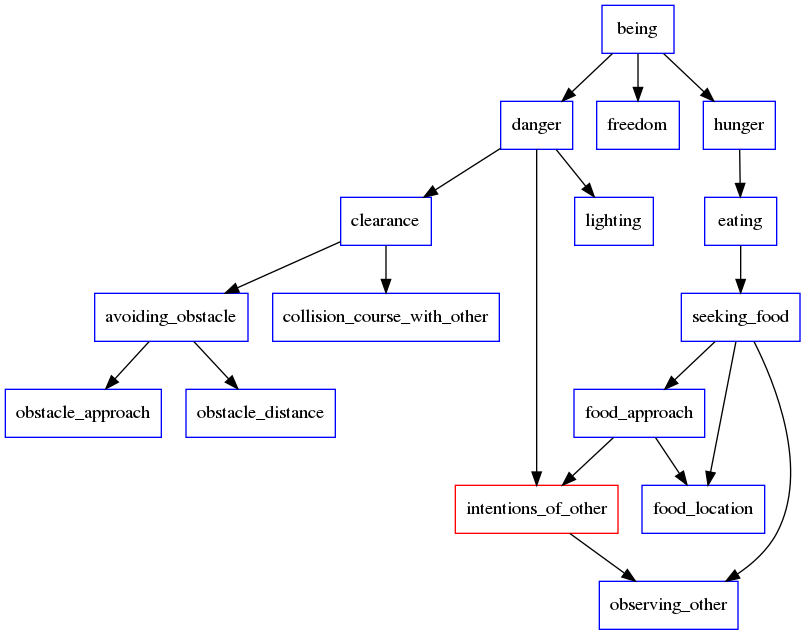
The Graphviz diagram gm_tree.png in jfcloutier/andy_world, before a commit. Its source is kept beside it as gm_tree.dot. Its diagram source:
```dot
digraph G {

  v0 [label="avoiding_obstacle",color="blue",shape="box"]
  v1 [label="being",color="blue",shape="box"]
  v2 [label="clearance",color="blue",shape="box"]
  v3 [label="collision_course_with_other",color="blue",shape="box"]
  v4 [label="danger",color="blue",shape="box"]
  v5 [label="eating",color="blue",shape="box"]
  v6 [label="food_approach",color="blue",shape="box"]
  v7 [label="freedom",color="blue",shape="box"]
  v8 [label="hunger",color="blue",shape="box"]
  v9 [label="intentions_of_other",color="red",shape="box"]
  v10 [label="lighting",color="blue",shape="box"]
  v11 [label="observing_other",color="blue",shape="box"]
  v12 [label="obstacle_approach",color="blue",shape="box"]
  v13 [label="obstacle_distance",color="blue",shape="box"]
  v14 [label="seeking_food",color="blue",shape="box"]
  v15 [label="food_location",color="blue",shape="box"]

  v0 -> v12
  v0 -> v13
  v1 -> v4
  v1 -> v8
  v1 -> v7
  v2 -> v0
  v2 -> v3
  v4 -> v2
  v4 -> v10
  v4 -> v9
  v5 -> v14
  v6 -> v9
  v6 -> v15
  v8 -> v5
  v9 -> v11
  v14 -> v6
  v14 -> v15
  v14 -> v11

}
```
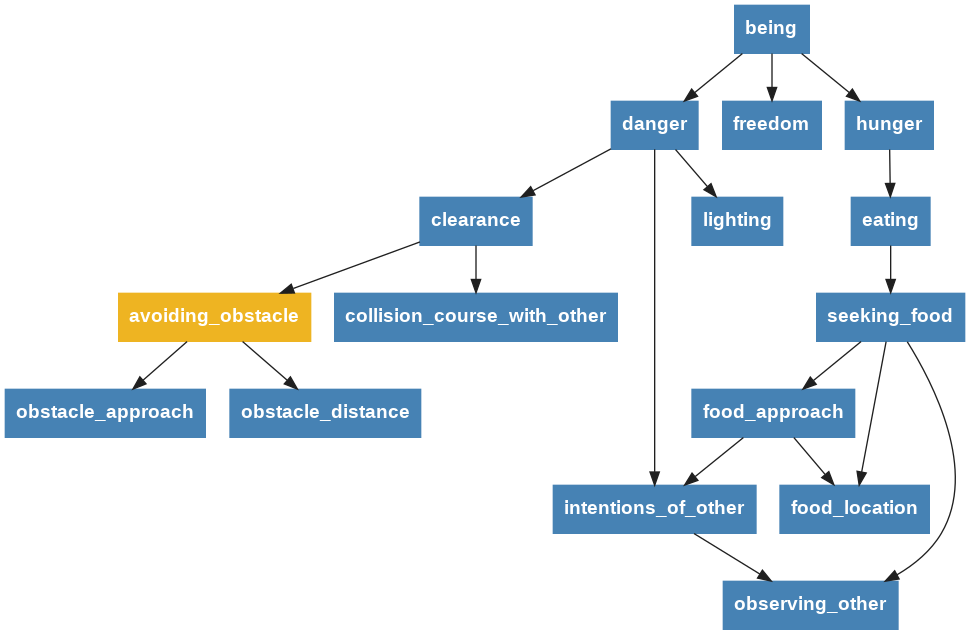
Above is the later version.

Commit message:
better looking gm tree

Change to the diagram source:
```diff
@@ -1,39 +1,39 @@
 digraph G {
 
-  v0 [label="avoiding_obstacle",color="blue",shape="box"]
-  v1 [label="being",color="blue",shape="box"]
-  v2 [label="clearance",color="blue",shape="box"]
-  v3 [label="collision_course_with_other",color="blue",shape="box"]
-  v4 [label="danger",color="blue",shape="box"]
-  v5 [label="eating",color="blue",shape="box"]
-  v6 [label="food_approach",color="blue",shape="box"]
-  v7 [label="freedom",color="blue",shape="box"]
-  v8 [label="hunger",color="blue",shape="box"]
-  v9 [label="intentions_of_other",color="red",shape="box"]
-  v10 [label="lighting",color="blue",shape="box"]
-  v11 [label="observing_other",color="blue",shape="box"]
-  v12 [label="obstacle_approach",color="blue",shape="box"]
-  v13 [label="obstacle_distance",color="blue",shape="box"]
-  v14 [label="seeking_food",color="blue",shape="box"]
-  v15 [label="food_location",color="blue",shape="box"]
+  v0 [label="avoiding_obstacle",fontname="helvetica bold",style="filled",fillcolor="goldenrod2",color="goldenrod2",fontcolor="white",shape="box"]
+  v1 [label="being",fontname="helvetica bold",style="filled",fillcolor="steelblue",color="steelblue",fontcolor="white",shape="box"]
+  v2 [label="clearance",fontname="helvetica bold",style="filled",fillcolor="steelblue",color="steelblue",fontcolor="white",shape="box"]
+  v3 [label="collision_course_with_other",fontname="helvetica bold",style="filled",fillcolor="steelblue",color="steelblue",fontcolor="white",shape="box"]
+  v4 [label="danger",fontname="helvetica bold",style="filled",fillcolor="steelblue",color="steelblue",fontcolor="white",shape="box"]
+  v5 [label="eating",fontname="helvetica bold",style="filled",fillcolor="steelblue",color="steelblue",fontcolor="white",shape="box"]
+  v6 [label="food_approach",fontname="helvetica bold",style="filled",fillcolor="steelblue",color="steelblue",fontcolor="white",shape="box"]
+  v7 [label="freedom",fontname="helvetica bold",style="filled",fillcolor="steelblue",color="steelblue",fontcolor="white",shape="box"]
+  v8 [label="hunger",fontname="helvetica bold",style="filled",fillcolor="steelblue",color="steelblue",fontcolor="white",shape="box"]
+  v9 [label="intentions_of_other",fontname="helvetica bold",style="filled",fillcolor="steelblue",color="steelblue",fontcolor="white",shape="box"]
+  v10 [label="lighting",fontname="helvetica bold",style="filled",fillcolor="steelblue",color="steelblue",fontcolor="white",shape="box"]
+  v11 [label="observing_other",fontname="helvetica bold",style="filled",fillcolor="steelblue",color="steelblue",fontcolor="white",shape="box"]
+  v12 [label="obstacle_approach",fontname="helvetica bold",style="filled",fillcolor="steelblue",color="steelblue",fontcolor="white",shape="box"]
+  v13 [label="obstacle_distance",fontname="helvetica bold",style="filled",fillcolor="steelblue",color="steelblue",fontcolor="white",shape="box"]
+  v14 [label="seeking_food",fontname="helvetica bold",style="filled",fillcolor="steelblue",color="steelblue",fontcolor="white",shape="box"]
+  v15 [label="food_location",fontname="helvetica bold",style="filled",fillcolor="steelblue",color="steelblue",fontcolor="white",shape="box"]
 
-  v0 -> v12
-  v0 -> v13
-  v1 -> v4
-  v1 -> v8
-  v1 -> v7
-  v2 -> v0
-  v2 -> v3
-  v4 -> v2
-  v4 -> v10
-  v4 -> v9
-  v5 -> v14
-  v6 -> v9
-  v6 -> v15
-  v8 -> v5
-  v9 -> v11
-  v14 -> v6
-  v14 -> v15
-  v14 -> v11
+  v0 -> v12 [color="gray12"]
+  v0 -> v13 [color="gray12"]
+  v1 -> v4 [color="gray12"]
+  v1 -> v8 [color="gray12"]
+  v1 -> v7 [color="gray12"]
+  v2 -> v0 [color="gray12"]
+  v2 -> v3 [color="gray12"]
+  v4 -> v2 [color="gray12"]
+  v4 -> v10 [color="gray12"]
+  v4 -> v9 [color="gray12"]
+  v5 -> v14 [color="gray12"]
+  v6 -> v9 [color="gray12"]
+  v6 -> v15 [color="gray12"]
+  v8 -> v5 [color="gray12"]
+  v9 -> v11 [color="gray12"]
+  v14 -> v6 [color="gray12"]
+  v14 -> v15 [color="gray12"]
+  v14 -> v11 [color="gray12"]
 
 }
```
